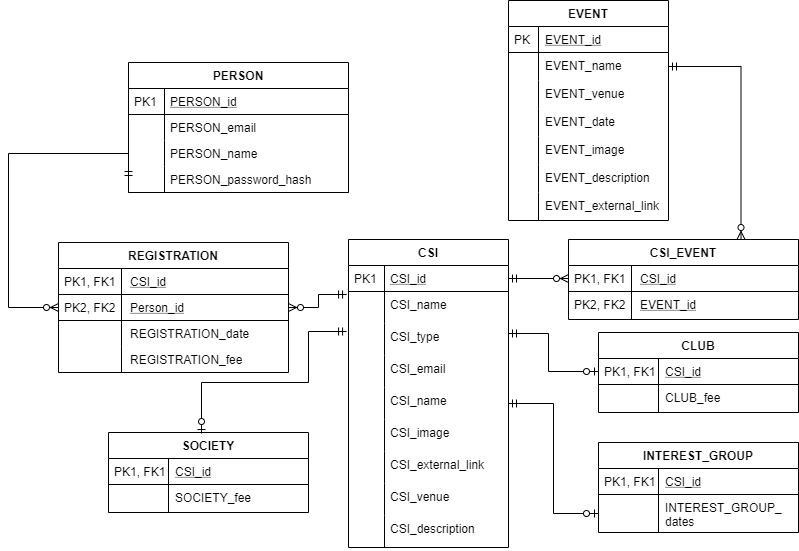
This is Diagrams/possible_ERD_fix.png from Makizoro/Overclock, a draw.io export, as it was before one commit. Source tidied: cells renumbered, new cells last; positions are measured from the earlier drawing's top-left corner, leaving out a move shared by most shapes.
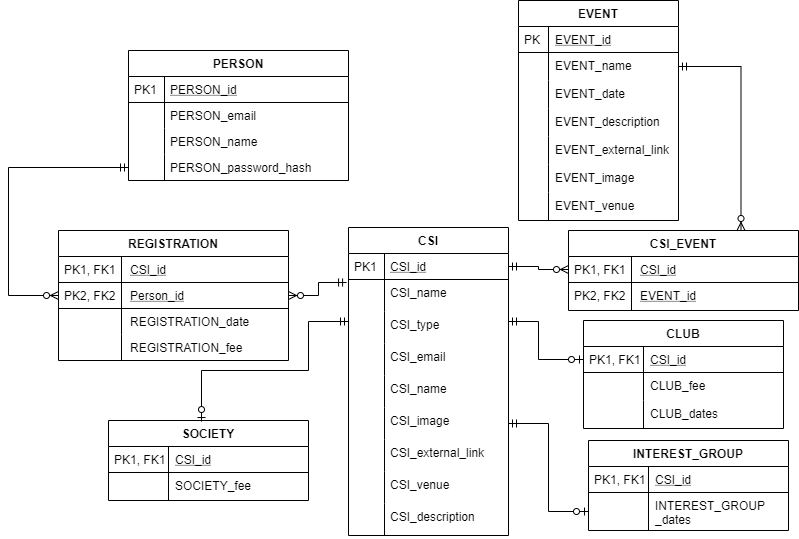
The same file after the commit.

What changed in the source:
```diff
@@ -53,41 +53,41 @@
     <mxCell id="18" value="CSI_email" style="shape=partialRectangle;top=0;left=0;right=0;bottom=0;align=left;verticalAlign=top;fillColor=none;spacingLeft=40;spacingRight=4;overflow=hidden;rounded=0;shadow=0;strokeWidth=1;" parent="11" vertex="1">
       <mxGeometry y="116" width="160" height="32" as="geometry" />
     </mxCell>
-    <mxCell id="19" style="shape=partialRectangle;top=0;left=0;bottom=0;fillColor=none;align=left;verticalAlign=top;spacingLeft=4;spacingRight=4;overflow=hidden;" parent="18" vertex="1">
-      <mxGeometry width="36" height="32" as="geometry" />
-    </mxCell>
+    <mxCell id="81" style="shape=partialRectangle;top=0;left=0;bottom=0;fillColor=none;align=left;verticalAlign=top;spacingLeft=4;spacingRight=4;overflow=hidden;" parent="18" vertex="1">
+      <mxGeometry width="36" height="32" as="geometry" />
+    </mxCell>
     <mxCell id="20" value="CSI_name" style="shape=partialRectangle;top=0;left=0;right=0;bottom=0;align=left;verticalAlign=top;fillColor=none;spacingLeft=40;spacingRight=4;overflow=hidden;points=[[0,0.5],[1,0.5]];portConstraint=eastwest;rounded=0;shadow=0;strokeWidth=1;" parent="11" vertex="1">
       <mxGeometry y="148" width="160" height="32" as="geometry" />
     </mxCell>
-    <mxCell id="21" style="shape=partialRectangle;top=0;left=0;bottom=0;fillColor=none;align=left;verticalAlign=top;spacingLeft=4;spacingRight=4;overflow=hidden;" parent="20" vertex="1">
-      <mxGeometry width="36" height="32" as="geometry" />
-    </mxCell>
+    <mxCell id="82" style="shape=partialRectangle;top=0;left=0;bottom=0;fillColor=none;align=left;verticalAlign=top;spacingLeft=4;spacingRight=4;overflow=hidden;" parent="20" vertex="1">
+      <mxGeometry width="36" height="32" as="geometry" />
+    </mxCell>
     <mxCell id="22" value="CSI_image" style="shape=partialRectangle;top=0;left=0;right=0;bottom=0;align=left;verticalAlign=top;fillColor=none;spacingLeft=40;spacingRight=4;overflow=hidden;points=[[0,0.5],[1,0.5]];portConstraint=eastwest;rounded=0;shadow=0;strokeWidth=1;" parent="11" vertex="1">
       <mxGeometry y="180" width="160" height="32" as="geometry" />
     </mxCell>
-    <mxCell id="23" style="shape=partialRectangle;top=0;left=0;bottom=0;fillColor=none;align=left;verticalAlign=top;spacingLeft=4;spacingRight=4;overflow=hidden;" parent="22" vertex="1">
-      <mxGeometry width="36" height="32" as="geometry" />
-    </mxCell>
+    <mxCell id="83" style="shape=partialRectangle;top=0;left=0;bottom=0;fillColor=none;align=left;verticalAlign=top;spacingLeft=4;spacingRight=4;overflow=hidden;" parent="22" vertex="1">
+      <mxGeometry width="36" height="32" as="geometry" />
+    </mxCell>
     <mxCell id="24" value="CSI_external_link" style="shape=partialRectangle;top=0;left=0;right=0;bottom=0;align=left;verticalAlign=top;fillColor=none;spacingLeft=40;spacingRight=4;overflow=hidden;rounded=0;shadow=0;strokeWidth=1;" parent="11" vertex="1">
       <mxGeometry y="212" width="160" height="32" as="geometry" />
     </mxCell>
-    <mxCell id="25" style="shape=partialRectangle;top=0;left=0;bottom=0;fillColor=none;align=left;verticalAlign=top;spacingLeft=4;spacingRight=4;overflow=hidden;" parent="24" vertex="1">
-      <mxGeometry width="36" height="32" as="geometry" />
-    </mxCell>
+    <mxCell id="84" style="shape=partialRectangle;top=0;left=0;bottom=0;fillColor=none;align=left;verticalAlign=top;spacingLeft=4;spacingRight=4;overflow=hidden;" parent="24" vertex="1">
+      <mxGeometry width="36" height="32" as="geometry" />
+    </mxCell>
     <mxCell id="26" value="CSI_venue" style="shape=partialRectangle;top=0;left=0;right=0;bottom=0;align=left;verticalAlign=top;fillColor=none;spacingLeft=40;spacingRight=4;overflow=hidden;rounded=0;shadow=0;strokeWidth=1;" parent="11" vertex="1">
       <mxGeometry y="244" width="160" height="32" as="geometry" />
     </mxCell>
-    <mxCell id="27" style="shape=partialRectangle;top=0;left=0;bottom=0;fillColor=none;align=left;verticalAlign=top;spacingLeft=4;spacingRight=4;overflow=hidden;" parent="26" vertex="1">
-      <mxGeometry width="36" height="32" as="geometry" />
-    </mxCell>
+    <mxCell id="85" style="shape=partialRectangle;top=0;left=0;bottom=0;fillColor=none;align=left;verticalAlign=top;spacingLeft=4;spacingRight=4;overflow=hidden;" parent="26" vertex="1">
+      <mxGeometry width="36" height="32" as="geometry" />
+    </mxCell>
     <mxCell id="28" value="CSI_description" style="shape=partialRectangle;top=0;left=0;right=0;bottom=0;align=left;verticalAlign=top;fillColor=none;spacingLeft=40;spacingRight=4;overflow=hidden;rounded=0;shadow=0;strokeWidth=1;" parent="11" vertex="1">
       <mxGeometry y="276" width="160" height="32" as="geometry" />
     </mxCell>
-    <mxCell id="29" style="shape=partialRectangle;top=0;left=0;bottom=0;fillColor=none;align=left;verticalAlign=top;spacingLeft=4;spacingRight=4;overflow=hidden;" parent="28" vertex="1">
-      <mxGeometry width="36" height="32" as="geometry" />
-    </mxCell>
+    <mxCell id="86" style="shape=partialRectangle;top=0;left=0;bottom=0;fillColor=none;align=left;verticalAlign=top;spacingLeft=4;spacingRight=4;overflow=hidden;" parent="28" vertex="1">
+      <mxGeometry width="36" height="32" as="geometry" />
+    </mxCell>
     <mxCell id="30" value="INTEREST_GROUP" style="swimlane;fontStyle=1;horizontal=1;startSize=26;rounded=0;shadow=0;strokeWidth=1;" parent="1" vertex="1">
-      <mxGeometry x="590" y="442" width="200" height="90" as="geometry" />
+      <mxGeometry x="580" y="452" width="200" height="90" as="geometry" />
     </mxCell>
     <mxCell id="31" value="CSI_id" style="shape=partialRectangle;top=0;left=0;right=0;bottom=1;align=left;verticalAlign=top;fillColor=none;spacingLeft=65;spacingRight=4;overflow=hidden;rounded=0;shadow=0;strokeWidth=1;fontStyle=4;" parent="30" vertex="1">
       <mxGeometry y="26" width="200" height="26" as="geometry" />
@@ -95,7 +95,7 @@
     <mxCell id="32" value="PK1, FK1" style="shape=partialRectangle;top=0;left=0;bottom=0;fillColor=none;align=left;verticalAlign=top;spacingLeft=4;spacingRight=4;overflow=hidden;" parent="31" vertex="1">
       <mxGeometry width="60" height="26" as="geometry" />
     </mxCell>
-    <mxCell id="33" value="INTEREST_GROUP_&#10;dates" style="shape=partialRectangle;top=0;left=0;right=0;bottom=0;align=left;verticalAlign=top;fillColor=none;spacingLeft=65;spacingRight=4;overflow=hidden;points=[[0,0.5],[1,0.5]];portConstraint=eastwest;rounded=0;shadow=0;strokeWidth=1;" parent="30" vertex="1">
+    <mxCell id="33" value="INTEREST_GROUP&#10;_dates" style="shape=partialRectangle;top=0;left=0;right=0;bottom=0;align=left;verticalAlign=top;fillColor=none;spacingLeft=65;spacingRight=4;overflow=hidden;points=[[0,0.5],[1,0.5]];portConstraint=eastwest;rounded=0;shadow=0;strokeWidth=1;" parent="30" vertex="1">
       <mxGeometry y="52" width="200" height="38" as="geometry" />
     </mxCell>
     <mxCell id="34" style="shape=partialRectangle;top=0;left=0;bottom=0;fillColor=none;align=left;verticalAlign=top;spacingLeft=4;spacingRight=4;overflow=hidden;" parent="33" vertex="1">
@@ -146,17 +146,18 @@
     <mxCell id="49" style="shape=partialRectangle;top=0;left=0;bottom=0;fillColor=none;align=left;verticalAlign=top;spacingLeft=4;spacingRight=4;overflow=hidden;" parent="48" vertex="1">
       <mxGeometry width="60" height="28" as="geometry" />
     </mxCell>
-    <mxCell id="50" style="edgeStyle=orthogonalEdgeStyle;rounded=0;jettySize=auto;html=1;entryX=0.465;entryY=0.013;entryDx=0;entryDy=0;entryPerimeter=0;startArrow=ERmandOne;startFill=0;endArrow=ERzeroToOne;endFill=1;exitX=-0.012;exitY=0.25;exitDx=0;exitDy=0;exitPerimeter=0;" parent="1" edge="1" source="16" target="45">
+    <mxCell id="50" style="edgeStyle=orthogonalEdgeStyle;rounded=0;jettySize=auto;html=1;entryX=0.465;entryY=0.013;entryDx=0;entryDy=0;entryPerimeter=0;startArrow=ERmandOne;startFill=0;endArrow=ERzeroToOne;endFill=1;" parent="1" edge="1" target="45">
       <mxGeometry relative="1" as="geometry">
+        <mxPoint x="340" y="333" as="sourcePoint" />
         <Array as="points">
-          <mxPoint x="300" y="331" />
+          <mxPoint x="300" y="333" />
           <mxPoint x="300" y="382" />
           <mxPoint x="193" y="382" />
         </Array>
       </mxGeometry>
     </mxCell>
     <mxCell id="51" value="CLUB" style="swimlane;fontStyle=1;horizontal=1;startSize=26;rounded=0;shadow=0;strokeWidth=1;" parent="1" vertex="1">
-      <mxGeometry x="590" y="332" width="200" height="80" as="geometry" />
+      <mxGeometry x="575" y="332" width="200" height="108" as="geometry" />
     </mxCell>
     <mxCell id="52" value="CSI_id" style="shape=partialRectangle;top=0;left=0;right=0;bottom=1;align=left;verticalAlign=top;fillColor=none;spacingLeft=65;spacingRight=4;overflow=hidden;points=[[0,0.5],[1,0.5]];portConstraint=eastwest;rounded=0;shadow=0;strokeWidth=1;fontStyle=4;" parent="51" vertex="1">
       <mxGeometry y="26" width="200" height="26" as="geometry" />
@@ -170,17 +171,24 @@
     <mxCell id="55" style="shape=partialRectangle;top=0;left=0;bottom=0;fillColor=none;align=left;verticalAlign=top;spacingLeft=4;spacingRight=4;overflow=hidden;" parent="54" vertex="1">
       <mxGeometry width="60" height="28" as="geometry" />
     </mxCell>
+    <mxCell id="87" value="CLUB_dates" style="shape=partialRectangle;top=0;left=0;right=0;bottom=0;align=left;verticalAlign=top;fillColor=none;spacingLeft=65;spacingRight=4;overflow=hidden;rounded=0;shadow=0;strokeWidth=1;" parent="51" vertex="1">
+      <mxGeometry y="80" width="200" height="28" as="geometry" />
+    </mxCell>
+    <mxCell id="88" style="shape=partialRectangle;top=0;left=0;bottom=0;fillColor=none;align=left;verticalAlign=top;spacingLeft=4;spacingRight=4;overflow=hidden;" parent="87" vertex="1">
+      <mxGeometry width="60" height="28" as="geometry" />
+    </mxCell>
     <mxCell id="56" style="edgeStyle=orthogonalEdgeStyle;rounded=0;jettySize=auto;html=1;entryX=0;entryY=0.5;entryDx=0;entryDy=0;startArrow=ERmandOne;startFill=0;endArrow=ERzeroToOne;endFill=1;" parent="1" edge="1" target="52">
       <mxGeometry relative="1" as="geometry">
         <mxPoint x="500" y="333" as="sourcePoint" />
         <Array as="points">
-          <mxPoint x="540" y="333" />
-          <mxPoint x="540" y="371" />
+          <mxPoint x="500" y="333" />
+          <mxPoint x="530" y="333" />
+          <mxPoint x="530" y="371" />
         </Array>
       </mxGeometry>
     </mxCell>
     <mxCell id="57" value="EVENT" style="swimlane;fontStyle=1;horizontal=1;startSize=26;rounded=0;shadow=0;strokeWidth=1;" parent="1" vertex="1">
-      <mxGeometry x="500" width="160" height="220" as="geometry" />
+      <mxGeometry x="510" y="12" width="160" height="220" as="geometry" />
     </mxCell>
     <mxCell id="58" value="EVENT_id" style="shape=partialRectangle;top=0;left=0;right=0;bottom=1;align=left;verticalAlign=top;fillColor=none;spacingLeft=35;spacingRight=4;overflow=hidden;rounded=0;shadow=0;strokeWidth=1;fontStyle=4;" parent="57" vertex="1">
       <mxGeometry y="26" width="160" height="26" as="geometry" />
@@ -194,40 +202,40 @@
     <mxCell id="61" style="shape=partialRectangle;top=0;left=0;bottom=0;fillColor=none;align=left;verticalAlign=top;spacingLeft=4;spacingRight=4;overflow=hidden;" parent="60" vertex="1">
       <mxGeometry width="30" height="28" as="geometry" />
     </mxCell>
-    <mxCell id="62" value="EVENT_venue" style="shape=partialRectangle;top=0;left=0;right=0;bottom=0;align=left;verticalAlign=top;fillColor=none;spacingLeft=35;spacingRight=4;overflow=hidden;rounded=0;shadow=0;strokeWidth=1;" parent="57" vertex="1">
-      <mxGeometry y="80" width="160" height="28" as="geometry" />
-    </mxCell>
-    <mxCell id="63" style="shape=partialRectangle;top=0;left=0;bottom=0;fillColor=none;align=left;verticalAlign=top;spacingLeft=4;spacingRight=4;overflow=hidden;" parent="62" vertex="1">
-      <mxGeometry width="30" height="28" as="geometry" />
-    </mxCell>
     <mxCell id="64" value="EVENT_date" style="shape=partialRectangle;top=0;left=0;right=0;bottom=0;align=left;verticalAlign=top;fillColor=none;spacingLeft=35;spacingRight=4;overflow=hidden;rounded=0;shadow=0;strokeWidth=1;" parent="57" vertex="1">
-      <mxGeometry y="108" width="160" height="28" as="geometry" />
+      <mxGeometry y="80" width="160" height="28" as="geometry" />
     </mxCell>
     <mxCell id="65" style="shape=partialRectangle;top=0;left=0;bottom=0;fillColor=none;align=left;verticalAlign=top;spacingLeft=4;spacingRight=4;overflow=hidden;" parent="64" vertex="1">
       <mxGeometry width="30" height="28" as="geometry" />
     </mxCell>
+    <mxCell id="68" value="EVENT_description" style="shape=partialRectangle;top=0;left=0;right=0;bottom=0;align=left;verticalAlign=top;fillColor=none;spacingLeft=35;spacingRight=4;overflow=hidden;rounded=0;shadow=0;strokeWidth=1;" parent="57" vertex="1">
+      <mxGeometry y="108" width="160" height="28" as="geometry" />
+    </mxCell>
+    <mxCell id="89" style="shape=partialRectangle;top=0;left=0;bottom=0;fillColor=none;align=left;verticalAlign=top;spacingLeft=4;spacingRight=4;overflow=hidden;" parent="68" vertex="1">
+      <mxGeometry width="30" height="28" as="geometry" />
+    </mxCell>
+    <mxCell id="70" value="EVENT_external_link" style="shape=partialRectangle;top=0;left=0;right=0;bottom=0;align=left;verticalAlign=top;fillColor=none;spacingLeft=35;spacingRight=4;overflow=hidden;rounded=0;shadow=0;strokeWidth=1;" parent="57" vertex="1">
+      <mxGeometry y="136" width="160" height="28" as="geometry" />
+    </mxCell>
+    <mxCell id="90" style="shape=partialRectangle;top=0;left=0;bottom=0;fillColor=none;align=left;verticalAlign=top;spacingLeft=4;spacingRight=4;overflow=hidden;" parent="70" vertex="1">
+      <mxGeometry width="30" height="28" as="geometry" />
+    </mxCell>
     <mxCell id="66" value="EVENT_image" style="shape=partialRectangle;top=0;left=0;right=0;bottom=0;align=left;verticalAlign=top;fillColor=none;spacingLeft=35;spacingRight=4;overflow=hidden;rounded=0;shadow=0;strokeWidth=1;" parent="57" vertex="1">
-      <mxGeometry y="136" width="160" height="28" as="geometry" />
+      <mxGeometry y="164" width="160" height="28" as="geometry" />
     </mxCell>
-    <mxCell id="67" style="shape=partialRectangle;top=0;left=0;bottom=0;fillColor=none;align=left;verticalAlign=top;spacingLeft=4;spacingRight=4;overflow=hidden;" parent="66" vertex="1">
-      <mxGeometry width="30" height="28" as="geometry" />
-    </mxCell>
-    <mxCell id="68" value="EVENT_description" style="shape=partialRectangle;top=0;left=0;right=0;bottom=0;align=left;verticalAlign=top;fillColor=none;spacingLeft=35;spacingRight=4;overflow=hidden;rounded=0;shadow=0;strokeWidth=1;" parent="57" vertex="1">
-      <mxGeometry y="164" width="160" height="28" as="geometry" />
-    </mxCell>
-    <mxCell id="69" style="shape=partialRectangle;top=0;left=0;bottom=0;fillColor=none;align=left;verticalAlign=top;spacingLeft=4;spacingRight=4;overflow=hidden;" parent="68" vertex="1">
-      <mxGeometry width="30" height="28" as="geometry" />
-    </mxCell>
-    <mxCell id="70" value="EVENT_external_link" style="shape=partialRectangle;top=0;left=0;right=0;bottom=0;align=left;verticalAlign=top;fillColor=none;spacingLeft=35;spacingRight=4;overflow=hidden;rounded=0;shadow=0;strokeWidth=1;" parent="57" vertex="1">
-      <mxGeometry y="192" width="160" height="28" as="geometry" />
-    </mxCell>
-    <mxCell id="71" style="shape=partialRectangle;top=0;left=0;bottom=0;fillColor=none;align=left;verticalAlign=top;spacingLeft=4;spacingRight=4;overflow=hidden;" parent="70" vertex="1">
-      <mxGeometry width="30" height="28" as="geometry" />
-    </mxCell>
+    <mxCell id="91" style="shape=partialRectangle;top=0;left=0;bottom=0;fillColor=none;align=left;verticalAlign=top;spacingLeft=4;spacingRight=4;overflow=hidden;" parent="66" vertex="1">
+      <mxGeometry width="30" height="28" as="geometry" />
+    </mxCell>
+    <mxCell id="62" value="EVENT_venue" style="shape=partialRectangle;top=0;left=0;right=0;bottom=0;align=left;verticalAlign=top;fillColor=none;spacingLeft=35;spacingRight=4;overflow=hidden;rounded=0;shadow=0;strokeWidth=1;" parent="57" vertex="1">
+      <mxGeometry y="192" width="160" height="28" as="geometry" />
+    </mxCell>
+    <mxCell id="92" style="shape=partialRectangle;top=0;left=0;bottom=0;fillColor=none;align=left;verticalAlign=top;spacingLeft=4;spacingRight=4;overflow=hidden;" parent="62" vertex="1">
+      <mxGeometry width="30" height="28" as="geometry" />
+    </mxCell>
     <mxCell id="72" style="edgeStyle=orthogonalEdgeStyle;rounded=0;jettySize=auto;html=1;exitX=0;exitY=0.5;exitDx=0;exitDy=0;entryX=0;entryY=0.5;entryDx=0;entryDy=0;startArrow=ERmandOne;startFill=0;endArrow=ERzeroToMany;endFill=1;" parent="1" edge="1" source="9" target="38">
       <mxGeometry relative="1" as="geometry">
         <Array as="points">
-          <mxPoint y="153" />
+          <mxPoint y="179" />
           <mxPoint y="307" />
         </Array>
       </mxGeometry>
@@ -236,7 +244,7 @@
       <mxGeometry relative="1" as="geometry" />
     </mxCell>
     <mxCell id="74" value="CSI_EVENT" style="swimlane;fontStyle=1;horizontal=1;startSize=26;rounded=0;shadow=0;strokeWidth=1;" parent="1" vertex="1">
-      <mxGeometry x="560" y="239" width="230" height="80" as="geometry" />
+      <mxGeometry x="560" y="242" width="230" height="80" as="geometry" />
     </mxCell>
     <mxCell id="75" value="CSI_id" style="shape=partialRectangle;top=0;left=0;right=0;bottom=1;align=left;verticalAlign=top;fillColor=none;spacingLeft=70;spacingRight=4;overflow=hidden;points=[[0,0.5],[1,0.5]];portConstraint=eastwest;rounded=0;shadow=0;strokeWidth=1;fontStyle=4;" parent="74" vertex="1">
       <mxGeometry y="26" width="230" height="26" as="geometry" />
@@ -251,14 +259,10 @@
       <mxGeometry width="63" height="28" as="geometry" />
     </mxCell>
     <mxCell id="79" style="edgeStyle=orthogonalEdgeStyle;rounded=0;jettySize=auto;html=1;exitX=0;exitY=0.5;exitDx=0;exitDy=0;entryX=1;entryY=0.5;entryDx=0;entryDy=0;startArrow=ERzeroToMany;startFill=1;endArrow=ERmandOne;endFill=0;spacing=2;" parent="1" edge="1" source="75" target="12">
-      <mxGeometry relative="1" as="geometry">
-        <Array as="points">
-          <mxPoint x="560" y="278" />
-        </Array>
-      </mxGeometry>
+      <mxGeometry relative="1" as="geometry" />
     </mxCell>
-    <mxCell id="80" style="edgeStyle=orthogonalEdgeStyle;rounded=0;jettySize=auto;html=1;exitX=0;exitY=0.5;exitDx=0;exitDy=0;entryX=1;entryY=0.5;entryDx=0;entryDy=0;startArrow=ERzeroToOne;startFill=1;endArrow=ERmandOne;endFill=0;" parent="1" edge="1" source="33" target="20">
-      <mxGeometry relative="1" as="geometry" />
-    </mxCell>
+    <mxCell id="93" style="edgeStyle=orthogonalEdgeStyle;rounded=0;jettySize=auto;html=1;exitX=0;exitY=0.5;exitDx=0;exitDy=0;entryX=1;entryY=0.5;entryDx=0;entryDy=0;startArrow=ERzeroToOne;startFill=1;endArrow=ERmandOne;endFill=0;" parent="1" edge="1" source="33" target="22">
+      <mxGeometry relative="1" as="geometry" />
+    </mxCell>
   </root>
 </mxGraphModel>
```
